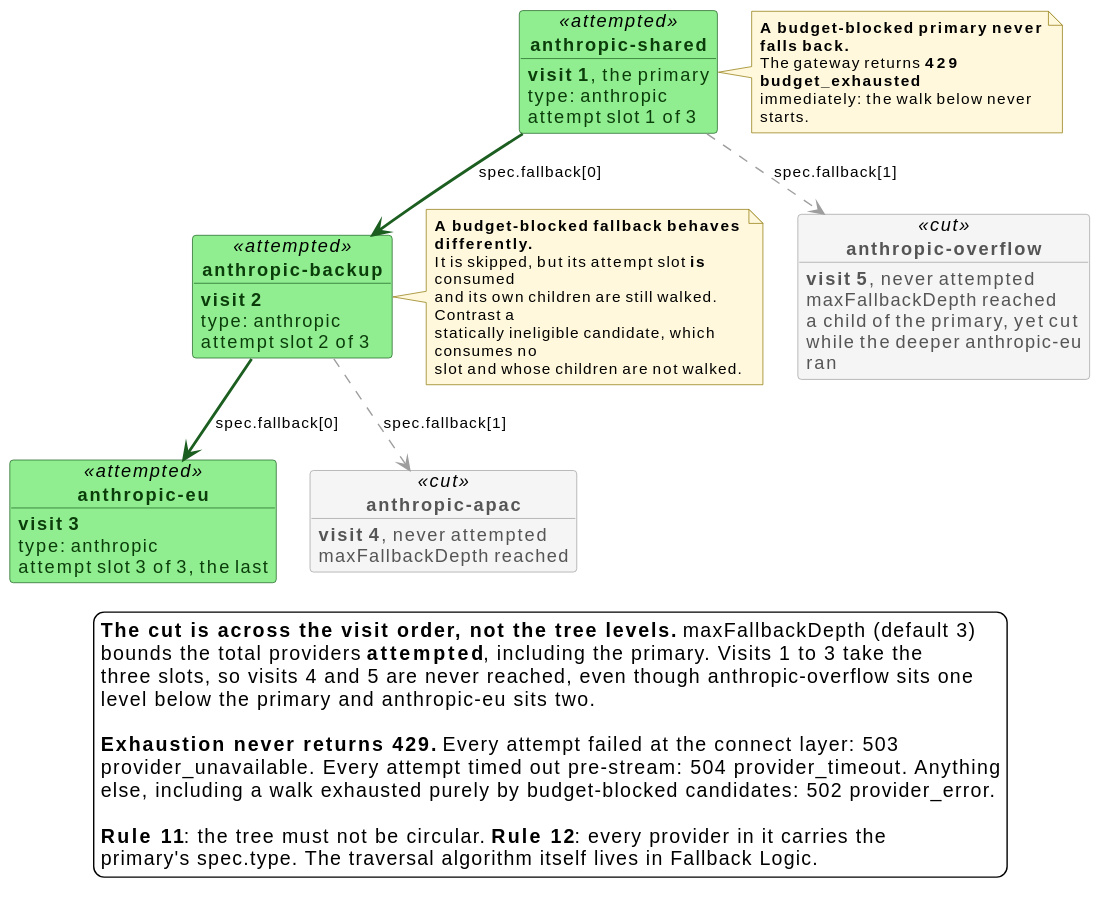
The PlantUML diagram docs/src/diagrams/fallback-tree.svg in win07xp/kaalm, before a commit. Source of this version:
```plantuml
@startuml
!include _style.puml

skinparam nodesep 24
skinparam ranksep 40

skinparam object<<attempted>> {
  BackgroundColor $gwBg
  BorderColor $gwLine
  FontColor $gwText
}
skinparam object<<cut>> {
  BackgroundColor $mutedBg
  BorderColor $mutedLine
  FontColor #555555
}

object "**anthropic-shared**" as p1 <<attempted>>
p1 : **visit 1**, the primary
p1 : type: anthropic
p1 : attempt slot 1 of 3

object "**anthropic-backup**" as p2 <<attempted>>
p2 : **visit 2**
p2 : type: anthropic
p2 : attempt slot 2 of 3

object "**anthropic-eu**" as p3 <<attempted>>
p3 : **visit 3**
p3 : type: anthropic
p3 : attempt slot 3 of 3, the last

object "**anthropic-apac**" as p4 <<cut>>
p4 : **visit 4**, never attempted
p4 : maxFallbackDepth reached

object "**anthropic-overflow**" as p5 <<cut>>
p5 : **visit 5**, never attempted
p5 : maxFallbackDepth reached
p5 : a child of the primary, yet cut
p5 : while the deeper anthropic-eu ran

p1 -[#1B5E20,bold]-> p2 : spec.fallback[0]
p2 -[#1B5E20,bold]-> p3 : spec.fallback[0]
p2 -[#9E9E9E,dashed]-> p4 : spec.fallback[1]
p1 -[#9E9E9E,dashed]-> p5 : spec.fallback[1]

note right of p1
  **A budget-blocked primary never falls back.**
  The gateway returns **429 budget_exhausted**
  immediately: the walk below never starts.
end note

note right of p2
  **A budget-blocked fallback behaves differently.**
  It is skipped, but its attempt slot **is** consumed
  and its own children are still walked. Contrast a
  statically ineligible candidate, which consumes no
  slot and whose children are not walked.
end note

legend bottom
  **The cut is across the visit order, not the tree levels.** maxFallbackDepth (default 3)
  bounds the total providers **attempted**, including the primary. Visits 1 to 3 take the
  three slots, so visits 4 and 5 are never reached, even though anthropic-overflow sits one
  level below the primary and anthropic-eu sits two.

  **Exhaustion never returns 429.** Every attempt failed at the connect layer: 503
  provider_unavailable. Every attempt timed out pre-stream: 504 provider_timeout. Anything
  else, including a walk exhausted purely by budget-blocked candidates: 502 provider_error.

  **Rule 11**: the tree must not be circular. **Rule 12**: every provider in it carries the
  primary's spec.type. The traversal algorithm itself lives in Fallback Logic.
endlegend
@enduml
```
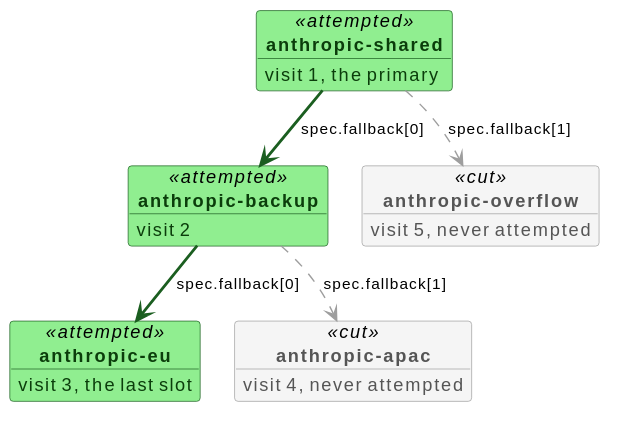
After the change.

What changed in the source:
```diff
@@ -16,60 +16,22 @@
 }
 
 object "**anthropic-shared**" as p1 <<attempted>>
-p1 : **visit 1**, the primary
-p1 : type: anthropic
-p1 : attempt slot 1 of 3
+p1 : visit 1, the primary
 
 object "**anthropic-backup**" as p2 <<attempted>>
-p2 : **visit 2**
-p2 : type: anthropic
-p2 : attempt slot 2 of 3
+p2 : visit 2
 
 object "**anthropic-eu**" as p3 <<attempted>>
-p3 : **visit 3**
-p3 : type: anthropic
-p3 : attempt slot 3 of 3, the last
+p3 : visit 3, the last slot
 
 object "**anthropic-apac**" as p4 <<cut>>
-p4 : **visit 4**, never attempted
-p4 : maxFallbackDepth reached
+p4 : visit 4, never attempted
 
 object "**anthropic-overflow**" as p5 <<cut>>
-p5 : **visit 5**, never attempted
-p5 : maxFallbackDepth reached
-p5 : a child of the primary, yet cut
-p5 : while the deeper anthropic-eu ran
+p5 : visit 5, never attempted
 
 p1 -[#1B5E20,bold]-> p2 : spec.fallback[0]
 p2 -[#1B5E20,bold]-> p3 : spec.fallback[0]
 p2 -[#9E9E9E,dashed]-> p4 : spec.fallback[1]
 p1 -[#9E9E9E,dashed]-> p5 : spec.fallback[1]
-
-note right of p1
-  **A budget-blocked primary never falls back.**
-  The gateway returns **429 budget_exhausted**
-  immediately: the walk below never starts.
-end note
-
-note right of p2
-  **A budget-blocked fallback behaves differently.**
-  It is skipped, but its attempt slot **is** consumed
-  and its own children are still walked. Contrast a
-  statically ineligible candidate, which consumes no
-  slot and whose children are not walked.
-end note
-
-legend bottom
-  **The cut is across the visit order, not the tree levels.** maxFallbackDepth (default 3)
-  bounds the total providers **attempted**, including the primary. Visits 1 to 3 take the
-  three slots, so visits 4 and 5 are never reached, even though anthropic-overflow sits one
-  level below the primary and anthropic-eu sits two.
-
-  **Exhaustion never returns 429.** Every attempt failed at the connect layer: 503
-  provider_unavailable. Every attempt timed out pre-stream: 504 provider_timeout. Anything
-  else, including a walk exhausted purely by budget-blocked candidates: 502 provider_error.
-
-  **Rule 11**: the tree must not be circular. **Rule 12**: every provider in it carries the
-  primary's spec.type. The traversal algorithm itself lives in Fallback Logic.
-endlegend
 @enduml
```
